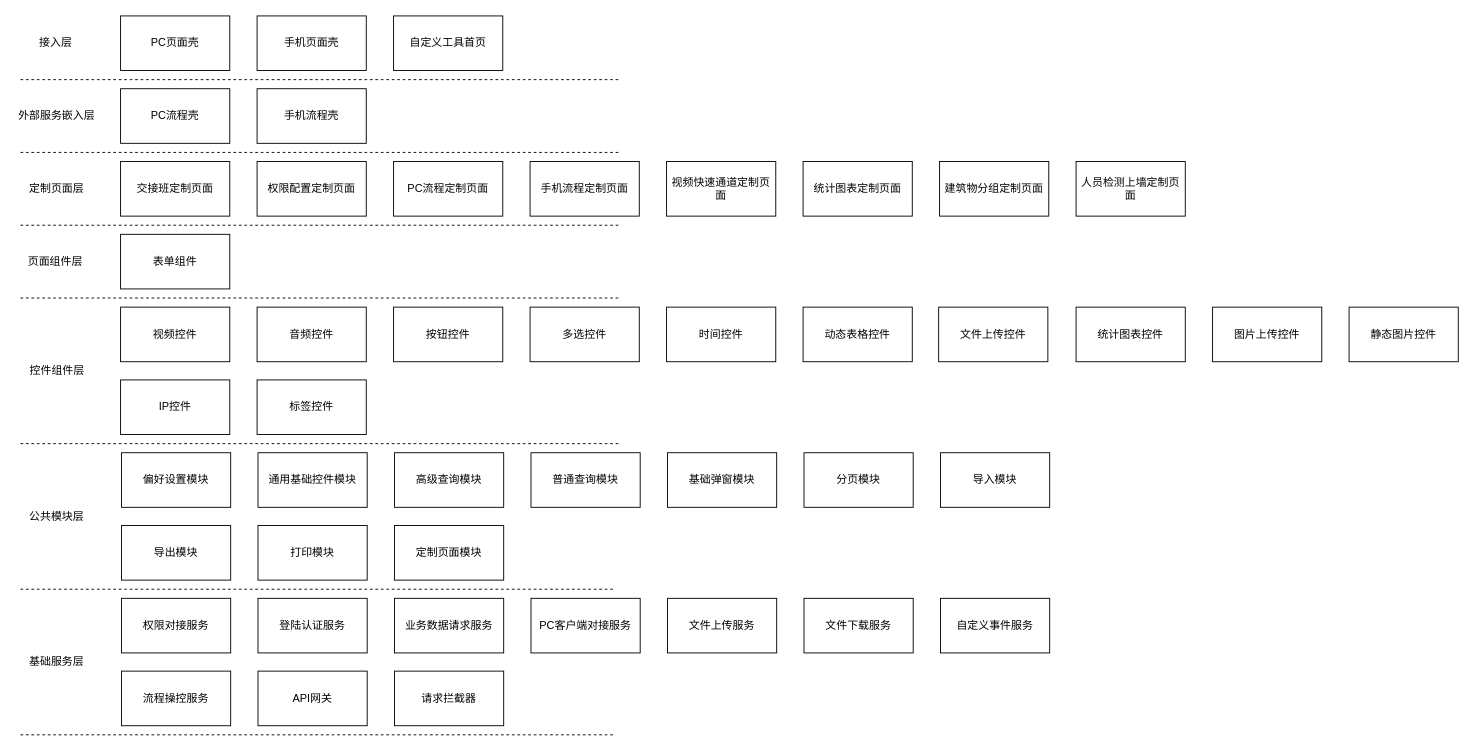
Earlier version of the draw.io diagram page "Page-1" (1 of 2) of 页面UI组件实例服务模块.drawio (asling/my-umls). Source tidied: cells renumbered, new cells numbered last; positions are measured from the earlier drawing's top-left corner, leaving out a move shared by most shapes. Both pictures are drawn from the tidied source at 91%, with x=0, y=0 at pixel (15, 15).
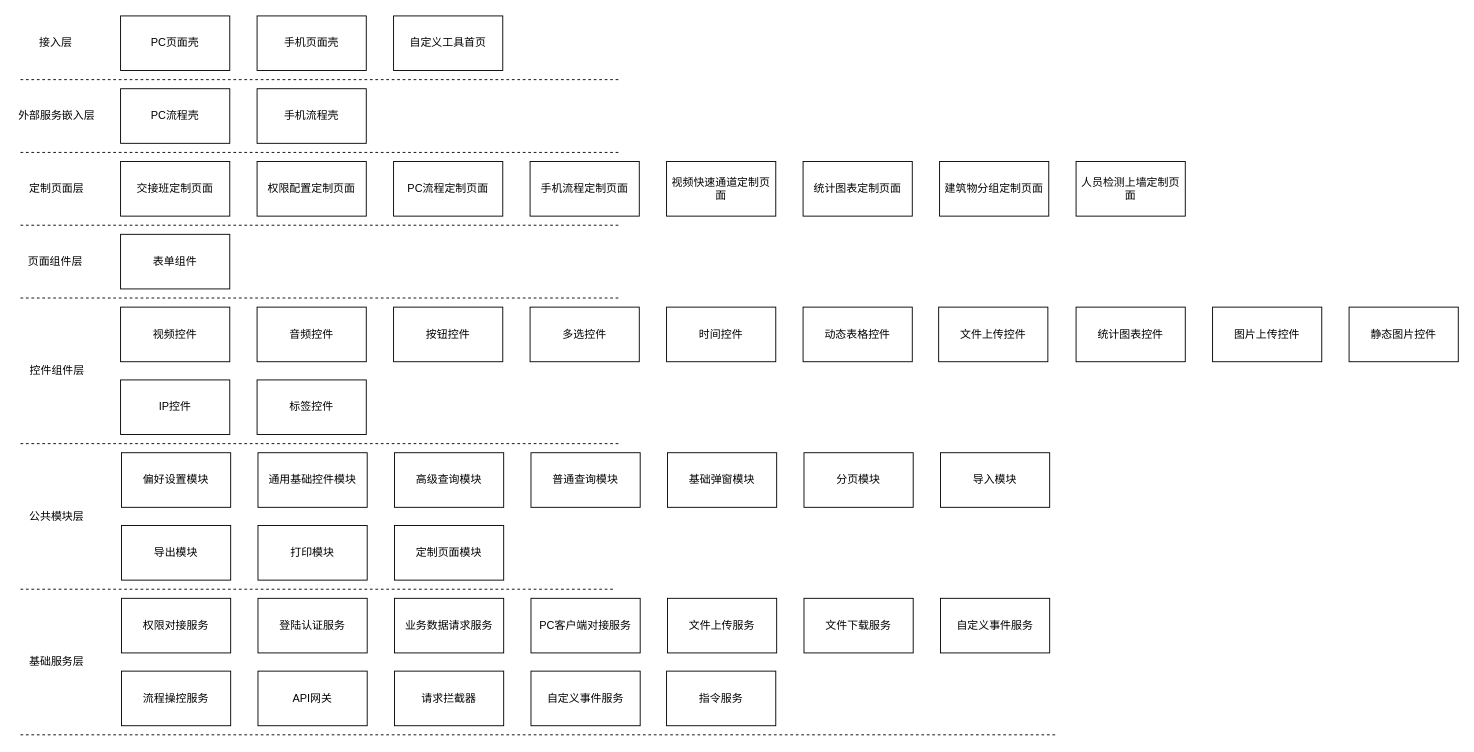
The same page after the edit.

Commit message:
Update 页面UI组件实例服务模块.drawio

Diff of the diagram source:
```diff
@@
     <mxCell id="8" style="endArrow=none;dashed=1;html=1;" parent="1" edge="1">
       <mxGeometry relative="1" as="geometry">
         <mxPoint x="5" y="790" as="sourcePoint" />
-        <mxPoint x="656" y="790" as="targetPoint" />
+        <mxPoint x="1145" y="790" as="targetPoint" />
       </mxGeometry>
     </mxCell>
@@
+    <mxCell id="62" value="自定义事件服务" style="rounded=0;whiteSpace=wrap;html=1;" parent="1" vertex="1">
+      <mxGeometry x="566" y="720" width="120" height="60" as="geometry" />
+    </mxCell>
+    <mxCell id="63" value="指令服务" style="rounded=0;whiteSpace=wrap;html=1;" parent="1" vertex="1">
+      <mxGeometry x="715" y="720" width="120" height="60" as="geometry" />
+    </mxCell>
```
